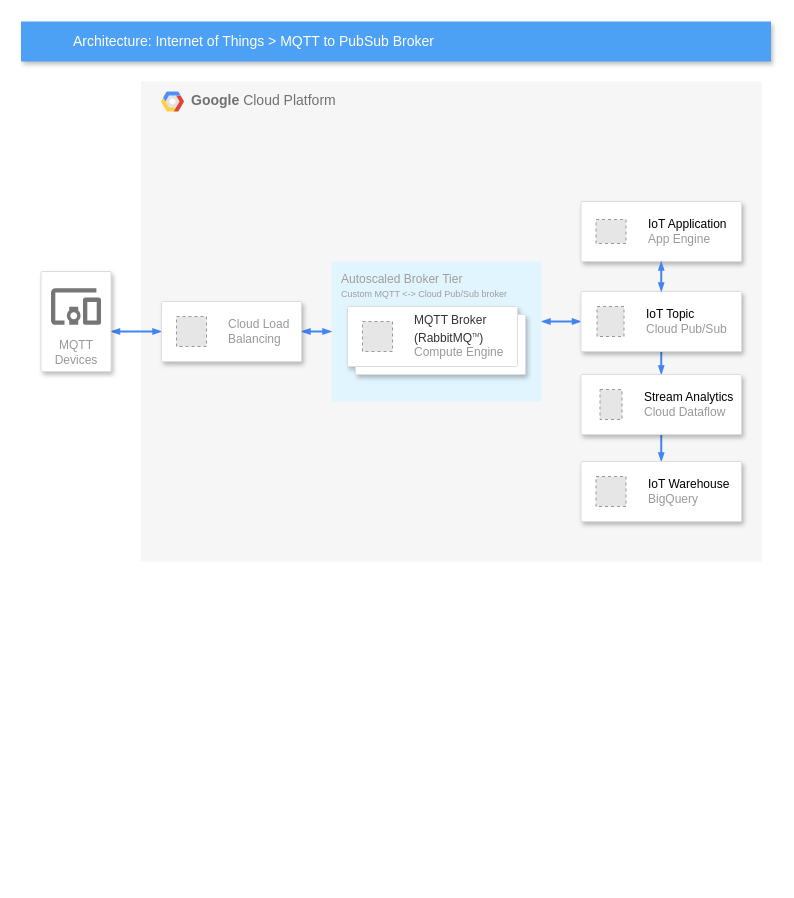
This is Untitled Diagram.drawio from syaiful505/repo-draw, a draw.io file, before an edit. Source tidied: cells renumbered, new cells numbered last; positions are measured from the earlier drawing's top-left corner, leaving out a move shared by most shapes. Both pictures are drawn from the tidied source at 100%, with x=0, y=0 at pixel (21, 21). Pictures stored in the file or linked from it are replaced by grey dashed boxes.
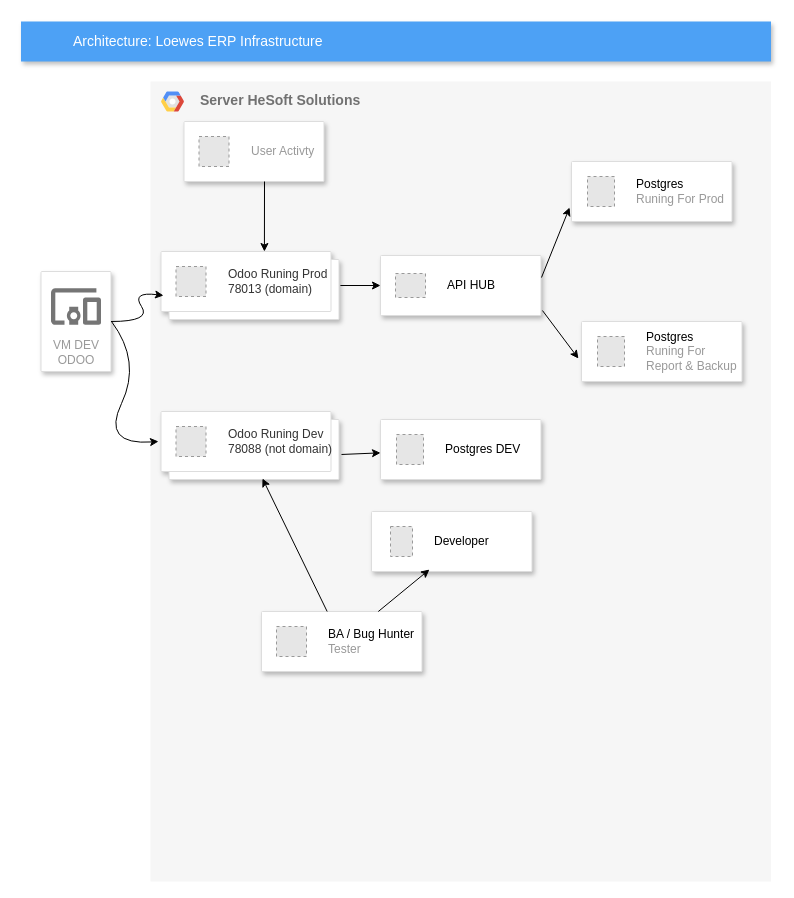
The same diagram, later.

Commit message:
Infrastructure One

What changed in the source:
```diff
@@
-    <mxCell id="2" value="&lt;b&gt;Google &lt;/b&gt;Cloud Platform" style="fillColor=#F6F6F6;strokeColor=none;shadow=0;gradientColor=none;fontSize=14;align=left;spacing=10;fontColor=#717171;9E9E9E;verticalAlign=top;spacingTop=-4;fontStyle=0;spacingLeft=40;html=1;" parent="1" vertex="1">
-      <mxGeometry x="119.5" y="60" width="620.5" height="480" as="geometry" />
+    <mxCell id="2" value="&lt;b&gt;Server HeSoft Solutions&lt;/b&gt;" style="fillColor=#F6F6F6;strokeColor=none;shadow=0;gradientColor=none;fontSize=14;align=left;spacing=10;fontColor=#717171;9E9E9E;verticalAlign=top;spacingTop=-4;fontStyle=0;spacingLeft=40;html=1;" parent="1" vertex="1">
+      <mxGeometry x="129" y="60" width="620.5" height="800" as="geometry" />
     </mxCell>
-    <mxCell id="3" style="edgeStyle=elbowEdgeStyle;rounded=0;elbow=vertical;html=1;labelBackgroundColor=none;startArrow=blockThin;startFill=1;startSize=4;endArrow=blockThin;endFill=1;endSize=4;jettySize=auto;strokeColor=#4284F3;strokeWidth=2;fontSize=12;fontColor=#000000;align=center;dashed=0;" parent="1" edge="1" source="4" target="23">
-      <mxGeometry relative="1" as="geometry">
-        <Array as="points">
-          <mxPoint x="550" y="300" />
-        </Array>
-      </mxGeometry>
-    </mxCell>
-    <mxCell id="4" value="Autoscaled Broker Tier&lt;br&gt;&lt;font style=&quot;font-size: 9px&quot;&gt;Custom MQTT &amp;lt;-&amp;gt; Cloud Pub/Sub broker&lt;/font&gt;&lt;br&gt;" style="rounded=1;absoluteArcSize=1;arcSize=2;html=1;strokeColor=none;gradientColor=none;shadow=0;dashed=0;strokeColor=none;fontSize=12;fontColor=#9E9E9E;align=left;verticalAlign=top;spacing=10;spacingTop=-4;fillColor=#E1F5FE;" parent="1" vertex="1">
-      <mxGeometry x="310" y="240" width="210" height="140" as="geometry" />
-    </mxCell>
-    <mxCell id="5" value="Architecture: Internet of Things &amp;gt; MQTT to PubSub Broker" style="fillColor=#4DA1F5;strokeColor=none;shadow=1;gradientColor=none;fontSize=14;align=left;spacingLeft=50;fontColor=#ffffff;html=1;" parent="1" vertex="1">
+    <mxCell id="5" value="Architecture: Loewes ERP Infrastructure" style="fillColor=#4DA1F5;strokeColor=none;shadow=1;gradientColor=none;fontSize=14;align=left;spacingLeft=50;fontColor=#ffffff;html=1;" parent="1" vertex="1">
       <mxGeometry x="-0.5" width="750" height="40" as="geometry" />
     </mxCell>
-    <mxCell id="6" style="edgeStyle=elbowEdgeStyle;rounded=0;elbow=vertical;html=1;labelBackgroundColor=none;startArrow=blockThin;startFill=1;startSize=4;endArrow=blockThin;endFill=1;endSize=4;jettySize=auto;strokeColor=#4284F3;strokeWidth=2;fontSize=12;fontColor=#000000;align=center;dashed=0;" parent="1" edge="1" source="7" target="19">
-      <mxGeometry relative="1" as="geometry" />
-    </mxCell>
-    <mxCell id="7" value="MQTT&lt;br&gt;Devices&lt;br&gt;" style="strokeColor=#dddddd;fillColor=#ffffff;shadow=1;strokeWidth=1;rounded=1;absoluteArcSize=1;arcSize=2;labelPosition=center;verticalLabelPosition=middle;align=center;verticalAlign=bottom;spacingLeft=0;fontColor=#999999;fontSize=12;whiteSpace=wrap;spacingBottom=2;html=1;" parent="1" vertex="1">
+    <mxCell id="7" value="VM DEV ODOO" style="strokeColor=#dddddd;fillColor=#ffffff;shadow=1;strokeWidth=1;rounded=1;absoluteArcSize=1;arcSize=2;labelPosition=center;verticalLabelPosition=middle;align=center;verticalAlign=bottom;spacingLeft=0;fontColor=#999999;fontSize=12;whiteSpace=wrap;spacingBottom=2;html=1;" parent="1" vertex="1">
       <mxGeometry x="19.5" y="250" width="70" height="100" as="geometry" />
     </mxCell>
@@
-    <mxCell id="9" style="edgeStyle=elbowEdgeStyle;rounded=0;elbow=vertical;html=1;labelBackgroundColor=none;startArrow=blockThin;startFill=1;startSize=4;endArrow=blockThin;endFill=1;endSize=4;jettySize=auto;strokeColor=#4284F3;strokeWidth=2;fontSize=12;fontColor=#000000;align=center;dashed=0;" parent="1" edge="1" source="19" target="4">
-      <mxGeometry relative="1" as="geometry" />
-    </mxCell>
-    <mxCell id="10" style="edgeStyle=elbowEdgeStyle;rounded=0;elbow=vertical;html=1;labelBackgroundColor=none;startArrow=none;startFill=0;startSize=4;endArrow=blockThin;endFill=1;endSize=4;jettySize=auto;strokeColor=#4284F3;strokeWidth=2;fontSize=12;fontColor=#000000;align=center;dashed=0;" parent="1" edge="1" source="23" target="14">
-      <mxGeometry relative="1" as="geometry" />
-    </mxCell>
-    <mxCell id="11" style="edgeStyle=elbowEdgeStyle;rounded=0;elbow=vertical;html=1;labelBackgroundColor=none;startArrow=none;startFill=0;startSize=4;endArrow=blockThin;endFill=1;endSize=4;jettySize=auto;strokeColor=#4284F3;strokeWidth=2;fontSize=12;fontColor=#000000;align=center;dashed=0;" parent="1" edge="1" source="14" target="16">
-      <mxGeometry relative="1" as="geometry" />
-    </mxCell>
     <mxCell id="12" style="shape=mxgraph.gcp2.doubleRect;strokeColor=#dddddd;shadow=1;strokeWidth=1;rounded=1;absoluteArcSize=1;arcSize=2;" parent="1" vertex="1">
-      <mxGeometry x="326" y="285" width="178" height="68" as="geometry" />
+      <mxGeometry x="139.5" y="230" width="178" height="68" as="geometry" />
     </mxCell>
-    <mxCell id="13" value="&lt;font color=&quot;#333333&quot;&gt;MQTT Broker&lt;br&gt;(RabbitMQ&lt;sup style=&quot;border-color: var(--border-color);&quot;&gt;&lt;font style=&quot;border-color: var(--border-color); font-size: 5px;&quot;&gt;TM&lt;/font&gt;&lt;/sup&gt;)&lt;/font&gt;&lt;br&gt;Compute Engine" style="fillColor=#E6E6E6;strokeColor=#999999;dashed=1;html=1;fontColor=#999999;verticalLabelPosition=middle;verticalAlign=middle;labelPosition=right;align=left;spacingLeft=20;" parent="12" vertex="1">
+    <mxCell id="13" value="&lt;font color=&quot;#333333&quot;&gt;Odoo Runing Prod&lt;/font&gt;&lt;div&gt;&lt;font color=&quot;#333333&quot;&gt;78013 (domain)&lt;/font&gt;&lt;/div&gt;" style="fillColor=#E6E6E6;strokeColor=#999999;dashed=1;html=1;fontColor=#999999;verticalLabelPosition=middle;verticalAlign=middle;labelPosition=right;align=left;spacingLeft=20;" parent="12" vertex="1">
       <mxGeometry width="30" height="30" relative="1" as="geometry">
         <mxPoint x="15" y="15" as="offset" />
       </mxGeometry>
     </mxCell>
     <mxCell id="14" style="strokeColor=#dddddd;shadow=1;strokeWidth=1;rounded=1;absoluteArcSize=1;arcSize=2;" parent="1" vertex="1">
-      <mxGeometry x="559.5" y="353" width="160.5" height="60" as="geometry" />
+      <mxGeometry x="350" y="490" width="160.5" height="60" as="geometry" />
     </mxCell>
-    <mxCell id="15" value="&lt;font color=&quot;#000000&quot;&gt;Stream Analytics&lt;/font&gt;&lt;br&gt;Cloud Dataflow" style="fillColor=#E6E6E6;strokeColor=#999999;dashed=1;html=1;fontColor=#999999;verticalLabelPosition=middle;verticalAlign=middle;labelPosition=right;align=left;spacingLeft=20;" parent="14" vertex="1">
+    <mxCell id="15" value="&lt;font color=&quot;#000000&quot;&gt;Developer&lt;/font&gt;" style="fillColor=#E6E6E6;strokeColor=#999999;dashed=1;html=1;fontColor=#999999;verticalLabelPosition=middle;verticalAlign=middle;labelPosition=right;align=left;spacingLeft=20;" parent="14" vertex="1">
       <mxGeometry width="22" height="30" relative="1" as="geometry">
         <mxPoint x="19" y="15" as="offset" />
       </mxGeometry>
     </mxCell>
     <mxCell id="16" style="strokeColor=#dddddd;shadow=1;strokeWidth=1;rounded=1;absoluteArcSize=1;arcSize=2;" parent="1" vertex="1">
-      <mxGeometry x="559.5" y="440" width="160.5" height="60" as="geometry" />
+      <mxGeometry x="240" y="590" width="160.5" height="60" as="geometry" />
     </mxCell>
-    <mxCell id="17" value="&lt;font color=&quot;#000000&quot;&gt;IoT Warehouse&lt;/font&gt;&lt;br&gt;BigQuery" style="fillColor=#E6E6E6;strokeColor=#999999;dashed=1;html=1;fontColor=#999999;verticalLabelPosition=middle;verticalAlign=middle;labelPosition=right;align=left;spacingLeft=20;" parent="16" vertex="1">
+    <mxCell id="17" value="&lt;font color=&quot;#000000&quot;&gt;BA / Bug Hunter&lt;/font&gt;&lt;br&gt;Tester" style="fillColor=#E6E6E6;strokeColor=#999999;dashed=1;html=1;fontColor=#999999;verticalLabelPosition=middle;verticalAlign=middle;labelPosition=right;align=left;spacingLeft=20;" parent="16" vertex="1">
       <mxGeometry width="30" height="30" relative="1" as="geometry">
         <mxPoint x="15" y="15" as="offset" />
       </mxGeometry>
     </mxCell>
@@
     <mxCell id="19" style="strokeColor=#dddddd;shadow=1;strokeWidth=1;rounded=1;absoluteArcSize=1;arcSize=2;" parent="1" vertex="1">
-      <mxGeometry x="140" y="280" width="140" height="60" as="geometry" />
+      <mxGeometry x="162.5" y="100" width="140" height="60" as="geometry" />
     </mxCell>
-    <mxCell id="20" value="Cloud Load&#10;Balancing" style="fillColor=#E6E6E6;strokeColor=#999999;dashed=1;html=1;fontColor=#999999;verticalLabelPosition=middle;verticalAlign=middle;labelPosition=right;align=left;spacingLeft=20;" parent="19" vertex="1">
+    <mxCell id="20" value="User Activty" style="fillColor=#E6E6E6;strokeColor=#999999;dashed=1;html=1;fontColor=#999999;verticalLabelPosition=middle;verticalAlign=middle;labelPosition=right;align=left;spacingLeft=20;" parent="19" vertex="1">
       <mxGeometry width="30" height="30" relative="1" as="geometry">
         <mxPoint x="15" y="15" as="offset" />
       </mxGeometry>
     </mxCell>
     <mxCell id="21" style="strokeColor=#dddddd;shadow=1;strokeWidth=1;rounded=1;absoluteArcSize=1;arcSize=2;" parent="1" vertex="1">
-      <mxGeometry x="559.5" y="180" width="160.5" height="60" as="geometry" />
+      <mxGeometry x="359" y="234" width="160.5" height="60" as="geometry" />
     </mxCell>
-    <mxCell id="22" value="&lt;font color=&quot;#000000&quot;&gt;IoT Application&lt;/font&gt;&lt;br&gt;App Engine" style="fillColor=#E6E6E6;strokeColor=#999999;dashed=1;html=1;fontColor=#999999;verticalLabelPosition=middle;verticalAlign=middle;labelPosition=right;align=left;spacingLeft=20;" parent="21" vertex="1">
+    <mxCell id="22" value="&lt;font color=&quot;#000000&quot;&gt;API HUB&lt;/font&gt;" style="fillColor=#E6E6E6;strokeColor=#999999;dashed=1;html=1;fontColor=#999999;verticalLabelPosition=middle;verticalAlign=middle;labelPosition=right;align=left;spacingLeft=20;" parent="21" vertex="1">
       <mxGeometry width="30" height="24" relative="1" as="geometry">
         <mxPoint x="15" y="18" as="offset" />
       </mxGeometry>
     </mxCell>
     <mxCell id="23" style="strokeColor=#dddddd;shadow=1;strokeWidth=1;rounded=1;absoluteArcSize=1;arcSize=2;" parent="1" vertex="1">
-      <mxGeometry x="559.5" y="270" width="160.5" height="60" as="geometry" />
+      <mxGeometry x="550" y="140" width="160.5" height="60" as="geometry" />
     </mxCell>
-    <mxCell id="24" value="&lt;font color=&quot;#000000&quot;&gt;IoT Topic&lt;/font&gt;&lt;br&gt;Cloud Pub/Sub" style="fillColor=#E6E6E6;strokeColor=#999999;dashed=1;html=1;fontColor=#999999;verticalLabelPosition=middle;verticalAlign=middle;labelPosition=right;align=left;spacingLeft=20;" parent="23" vertex="1">
+    <mxCell id="24" value="&lt;font color=&quot;#000000&quot;&gt;Postgres&lt;/font&gt;&lt;br&gt;Runing For Prod" style="fillColor=#E6E6E6;strokeColor=#999999;dashed=1;html=1;fontColor=#999999;verticalLabelPosition=middle;verticalAlign=middle;labelPosition=right;align=left;spacingLeft=20;" parent="23" vertex="1">
       <mxGeometry width="27" height="30" relative="1" as="geometry">
         <mxPoint x="16" y="15" as="offset" />
       </mxGeometry>
     </mxCell>
+    <mxCell id="26" style="shape=mxgraph.gcp2.doubleRect;strokeColor=#dddddd;shadow=1;strokeWidth=1;rounded=1;absoluteArcSize=1;arcSize=2;" parent="1" vertex="1">
+      <mxGeometry x="139.5" y="390" width="178" height="68" as="geometry" />
+    </mxCell>
+    <mxCell id="27" value="&lt;font color=&quot;#333333&quot;&gt;Odoo Runing Dev&lt;/font&gt;&lt;div&gt;&lt;font color=&quot;#333333&quot;&gt;78088 (not domain)&lt;/font&gt;&lt;/div&gt;" style="fillColor=#E6E6E6;strokeColor=#999999;dashed=1;html=1;fontColor=#999999;verticalLabelPosition=middle;verticalAlign=middle;labelPosition=right;align=left;spacingLeft=20;" parent="26" vertex="1">
+      <mxGeometry width="30" height="30" relative="1" as="geometry">
+        <mxPoint x="15" y="15" as="offset" />
+      </mxGeometry>
+    </mxCell>
+    <mxCell id="28" style="strokeColor=#dddddd;shadow=1;strokeWidth=1;rounded=1;absoluteArcSize=1;arcSize=2;" parent="1" vertex="1">
+      <mxGeometry x="560" y="300" width="160.5" height="60" as="geometry" />
+    </mxCell>
+    <mxCell id="29" value="&lt;font color=&quot;#000000&quot;&gt;Postgres&lt;/font&gt;&lt;br&gt;Runing For&amp;nbsp;&lt;div&gt;Report &amp;amp; Backup&lt;/div&gt;" style="fillColor=#E6E6E6;strokeColor=#999999;dashed=1;html=1;fontColor=#999999;verticalLabelPosition=middle;verticalAlign=middle;labelPosition=right;align=left;spacingLeft=20;" parent="28" vertex="1">
+      <mxGeometry width="27" height="30" relative="1" as="geometry">
+        <mxPoint x="16" y="15" as="offset" />
+      </mxGeometry>
+    </mxCell>
+    <mxCell id="30" style="strokeColor=#dddddd;shadow=1;strokeWidth=1;rounded=1;absoluteArcSize=1;arcSize=2;" parent="1" vertex="1">
+      <mxGeometry x="359" y="398" width="160.5" height="60" as="geometry" />
+    </mxCell>
+    <mxCell id="31" value="&lt;font color=&quot;#000000&quot;&gt;Postgres DEV&lt;/font&gt;" style="fillColor=#E6E6E6;strokeColor=#999999;dashed=1;html=1;fontColor=#999999;verticalLabelPosition=middle;verticalAlign=middle;labelPosition=right;align=left;spacingLeft=20;" parent="30" vertex="1">
+      <mxGeometry width="27" height="30" relative="1" as="geometry">
+        <mxPoint x="16" y="15" as="offset" />
+      </mxGeometry>
+    </mxCell>
+    <mxCell id="32" style="curved=1;endArrow=classic;html=1;rounded=0;entryX=0.014;entryY=0.647;entryDx=0;entryDy=0;entryPerimeter=0;" parent="1" edge="1" source="7" target="12">
+      <mxGeometry relative="1" as="geometry">
+        <Array as="points">
+          <mxPoint x="130" y="300" />
+          <mxPoint x="110" y="270" />
+        </Array>
+      </mxGeometry>
+    </mxCell>
+    <mxCell id="33" style="curved=1;endArrow=classic;html=1;rounded=0;entryX=-0.014;entryY=0.441;entryDx=0;entryDy=0;entryPerimeter=0;" parent="1" edge="1" target="26">
+      <mxGeometry relative="1" as="geometry">
+        <mxPoint x="90" y="300" as="sourcePoint" />
+        <Array as="points">
+          <mxPoint x="120" y="340" />
+          <mxPoint x="80" y="424" />
+        </Array>
+      </mxGeometry>
+    </mxCell>
+    <mxCell id="34" style="endArrow=classic;html=1;rounded=0;exitX=1.009;exitY=0.917;exitDx=0;exitDy=0;exitPerimeter=0;entryX=-0.019;entryY=0.617;entryDx=0;entryDy=0;entryPerimeter=0;" parent="1" edge="1" source="21" target="28">
+      <mxGeometry relative="1" as="geometry" />
+    </mxCell>
+    <mxCell id="35" style="endArrow=classic;html=1;rounded=0;exitX=1.014;exitY=0.632;exitDx=0;exitDy=0;exitPerimeter=0;" parent="1" edge="1" source="26" target="30">
+      <mxGeometry relative="1" as="geometry" />
+    </mxCell>
+    <mxCell id="36" style="endArrow=classic;html=1;rounded=0;entryX=0.581;entryY=0;entryDx=0;entryDy=0;entryPerimeter=0;exitX=0.575;exitY=1;exitDx=0;exitDy=0;exitPerimeter=0;" parent="1" edge="1" source="19" target="12">
+      <mxGeometry relative="1" as="geometry" />
+    </mxCell>
+    <mxCell id="37" style="endArrow=classic;html=1;rounded=0;entryX=0.57;entryY=0.985;entryDx=0;entryDy=0;entryPerimeter=0;" parent="1" edge="1" source="16" target="26">
+      <mxGeometry relative="1" as="geometry" />
+    </mxCell>
+    <mxCell id="38" style="endArrow=classic;html=1;rounded=0;entryX=0.361;entryY=0.967;entryDx=0;entryDy=0;entryPerimeter=0;" parent="1" edge="1" source="16" target="14">
+      <mxGeometry relative="1" as="geometry" />
+    </mxCell>
-    <mxCell id="25" style="edgeStyle=elbowEdgeStyle;rounded=0;elbow=vertical;html=1;labelBackgroundColor=none;startArrow=blockThin;startFill=1;startSize=4;endArrow=blockThin;endFill=1;endSize=4;jettySize=auto;strokeColor=#4284F3;strokeWidth=2;fontSize=12;fontColor=#000000;align=center;dashed=0;" parent="1" edge="1" source="21" target="23">
+    <mxCell id="25" style="endArrow=classic;html=1;rounded=0;entryX=-0.012;entryY=0.767;entryDx=0;entryDy=0;entryPerimeter=0;exitX=1.003;exitY=0.367;exitDx=0;exitDy=0;exitPerimeter=0;" parent="1" edge="1" source="21" target="23">
       <mxGeometry relative="1" as="geometry" />
     </mxCell>
+    <mxCell id="39" style="endArrow=classic;html=1;rounded=0;exitX=1.008;exitY=0.5;exitDx=0;exitDy=0;exitPerimeter=0;entryX=0;entryY=0.5;entryDx=0;entryDy=0;entryPerimeter=0;" parent="1" edge="1" source="12" target="21">
+      <mxGeometry relative="1" as="geometry" />
+    </mxCell>
```
